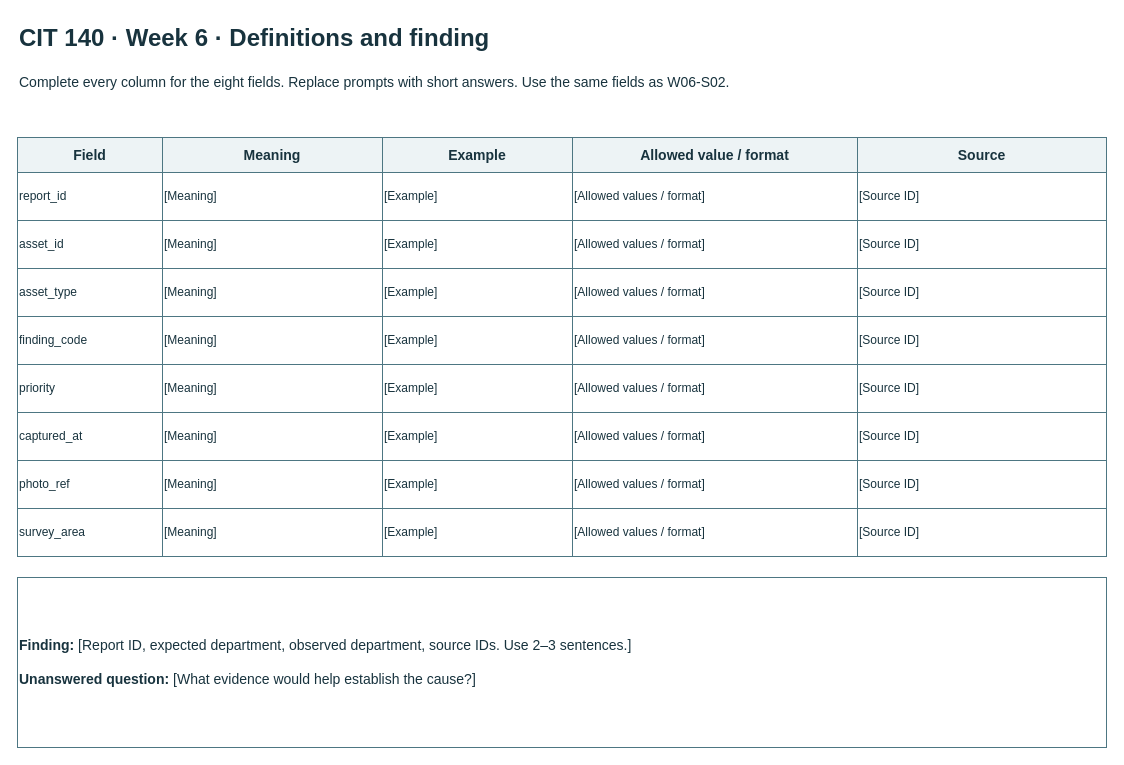
Earlier version of the draw.io diagram page "3 Definitions and finding" (3 of 3) of Week06/Artifact/Temple_Craig_CIT140_Week06.drawio (Acetamin1102/CIT140-Portfolio). Source tidied: cells renumbered, new cells numbered last; positions are measured from the earlier drawing's top-left corner, leaving out a move shared by most shapes. Both pictures are drawn from the tidied source at 100%, with x=0, y=0 at pixel (17, 17).
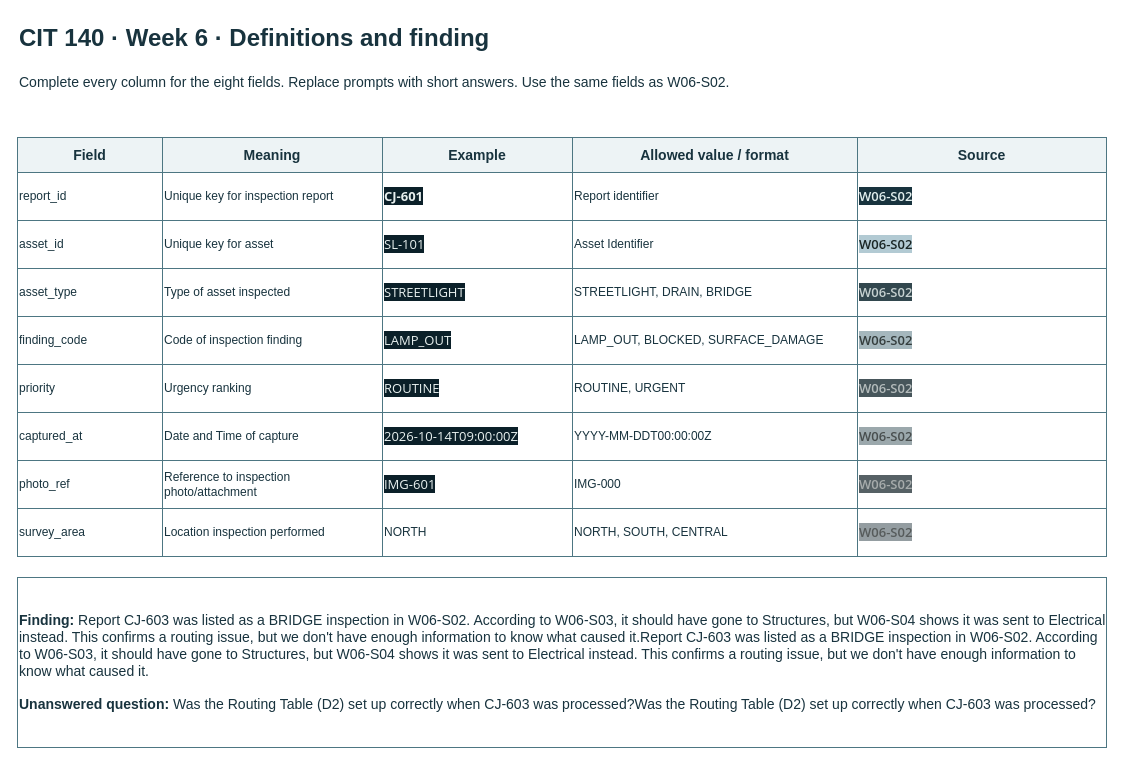
The same diagram, later.

Change to the diagram source:
```diff
@@
-    <mxCell id="10" value="[Meaning]" style="whiteSpace=wrap;html=1;fontFamily=Arial;fontSize=14;fontColor=#18333e;strokeColor=#4d7682;fillColor=#ffffff;align=left;fontSize=12;" parent="1" vertex="1">
+    <mxCell id="10" value="Unique key for inspection report" style="whiteSpace=wrap;html=1;fontFamily=Arial;fontSize=14;fontColor=#18333e;strokeColor=#4d7682;fillColor=#ffffff;align=left;fontSize=12;" parent="1" vertex="1">
       <mxGeometry x="145" y="155" width="220" height="48" as="geometry" />
     </mxCell>
-    <mxCell id="11" value="[Example]" style="whiteSpace=wrap;html=1;fontFamily=Arial;fontSize=14;fontColor=#18333e;strokeColor=#4d7682;fillColor=#ffffff;align=left;fontSize=12;" parent="1" vertex="1">
+    <mxCell id="11" value="&lt;span style=&quot;color: rgb(232, 240, 239); font-family: &amp;quot;Segoe UI&amp;quot;, Arial, sans-serif; font-size: 13px; font-weight: 700; white-space: nowrap; background-color: rgb(11, 32, 41);&quot;&gt;CJ-601&lt;/span&gt;" style="whiteSpace=wrap;html=1;fontFamily=Arial;fontSize=14;fontColor=#18333e;strokeColor=#4d7682;fillColor=#ffffff;align=left;fontSize=12;" parent="1" vertex="1">
       <mxGeometry x="365" y="155" width="190" height="48" as="geometry" />
     </mxCell>
-    <mxCell id="12" value="[Allowed values / format]" style="whiteSpace=wrap;html=1;fontFamily=Arial;fontSize=14;fontColor=#18333e;strokeColor=#4d7682;fillColor=#ffffff;align=left;fontSize=12;" parent="1" vertex="1">
+    <mxCell id="12" value="Report identifier" style="whiteSpace=wrap;html=1;fontFamily=Arial;fontSize=14;fontColor=#18333e;strokeColor=#4d7682;fillColor=#ffffff;align=left;fontSize=12;" parent="1" vertex="1">
       <mxGeometry x="555" y="155" width="285" height="48" as="geometry" />
     </mxCell>
-    <mxCell id="13" value="[Source ID]" style="whiteSpace=wrap;html=1;fontFamily=Arial;fontSize=14;fontColor=#18333e;strokeColor=#4d7682;fillColor=#ffffff;align=left;fontSize=12;" parent="1" vertex="1">
+    <mxCell id="13" value="&lt;span style=&quot;color: rgb(225, 238, 237); font-family: &amp;quot;Segoe UI&amp;quot;, Arial, sans-serif; font-size: 13px; font-weight: 600; background-color: rgb(24, 51, 62);&quot;&gt;W06-S02&lt;/span&gt;" style="whiteSpace=wrap;html=1;fontFamily=Arial;fontSize=14;fontColor=#18333e;strokeColor=#4d7682;fillColor=#ffffff;align=left;fontSize=12;" parent="1" vertex="1">
       <mxGeometry x="840" y="155" width="249" height="48" as="geometry" />
     </mxCell>
@@
-    <mxCell id="15" value="[Meaning]" style="whiteSpace=wrap;html=1;fontFamily=Arial;fontSize=14;fontColor=#18333e;strokeColor=#4d7682;fillColor=#ffffff;align=left;fontSize=12;" parent="1" vertex="1">
+    <mxCell id="15" value="Unique key for asset" style="whiteSpace=wrap;html=1;fontFamily=Arial;fontSize=14;fontColor=#18333e;strokeColor=#4d7682;fillColor=#ffffff;align=left;fontSize=12;" parent="1" vertex="1">
       <mxGeometry x="145" y="203" width="220" height="48" as="geometry" />
     </mxCell>
-    <mxCell id="16" value="[Example]" style="whiteSpace=wrap;html=1;fontFamily=Arial;fontSize=14;fontColor=#18333e;strokeColor=#4d7682;fillColor=#ffffff;align=left;fontSize=12;" parent="1" vertex="1">
+    <mxCell id="16" value="&lt;span style=&quot;color: rgb(232, 240, 239); font-family: &amp;quot;Segoe UI&amp;quot;, Arial, sans-serif; font-size: 13px; white-space: nowrap; background-color: rgb(11, 32, 41);&quot;&gt;SL-101&lt;/span&gt;" style="whiteSpace=wrap;html=1;fontFamily=Arial;fontSize=14;fontColor=#18333e;strokeColor=#4d7682;fillColor=#ffffff;align=left;fontSize=12;" parent="1" vertex="1">
       <mxGeometry x="365" y="203" width="190" height="48" as="geometry" />
     </mxCell>
-    <mxCell id="17" value="[Allowed values / format]" style="whiteSpace=wrap;html=1;fontFamily=Arial;fontSize=14;fontColor=#18333e;strokeColor=#4d7682;fillColor=#ffffff;align=left;fontSize=12;" parent="1" vertex="1">
+    <mxCell id="17" value="Asset Identifier" style="whiteSpace=wrap;html=1;fontFamily=Arial;fontSize=14;fontColor=#18333e;strokeColor=#4d7682;fillColor=#ffffff;align=left;fontSize=12;" parent="1" vertex="1">
       <mxGeometry x="555" y="203" width="285" height="48" as="geometry" />
     </mxCell>
-    <mxCell id="18" value="[Source ID]" style="whiteSpace=wrap;html=1;fontFamily=Arial;fontSize=14;fontColor=#18333e;strokeColor=#4d7682;fillColor=#ffffff;align=left;fontSize=12;" parent="1" vertex="1">
+    <mxCell id="18" value="&lt;span style=&quot;color: rgb(25, 37, 36); font-family: &amp;quot;Segoe UI&amp;quot;, Arial, sans-serif; font-size: 13px; font-weight: 600; background-color: rgb(178, 202, 211);&quot;&gt;W06-S02&lt;/span&gt;" style="whiteSpace=wrap;html=1;fontFamily=Arial;fontSize=14;fontColor=#18333e;strokeColor=#4d7682;fillColor=#ffffff;align=left;fontSize=12;" parent="1" vertex="1">
       <mxGeometry x="840" y="203" width="249" height="48" as="geometry" />
     </mxCell>
@@
-    <mxCell id="20" value="[Meaning]" style="whiteSpace=wrap;html=1;fontFamily=Arial;fontSize=14;fontColor=#18333e;strokeColor=#4d7682;fillColor=#ffffff;align=left;fontSize=12;" parent="1" vertex="1">
+    <mxCell id="20" value="Type of asset inspected" style="whiteSpace=wrap;html=1;fontFamily=Arial;fontSize=14;fontColor=#18333e;strokeColor=#4d7682;fillColor=#ffffff;align=left;fontSize=12;" parent="1" vertex="1">
       <mxGeometry x="145" y="251" width="220" height="48" as="geometry" />
     </mxCell>
-    <mxCell id="21" value="[Example]" style="whiteSpace=wrap;html=1;fontFamily=Arial;fontSize=14;fontColor=#18333e;strokeColor=#4d7682;fillColor=#ffffff;align=left;fontSize=12;" parent="1" vertex="1">
+    <mxCell id="21" value="&lt;span style=&quot;color: rgb(232, 240, 239); font-family: &amp;quot;Segoe UI&amp;quot;, Arial, sans-serif; font-size: 13px; white-space: nowrap; background-color: rgb(11, 32, 41);&quot;&gt;STREETLIGHT&lt;/span&gt;" style="whiteSpace=wrap;html=1;fontFamily=Arial;fontSize=14;fontColor=#18333e;strokeColor=#4d7682;fillColor=#ffffff;align=left;fontSize=12;" parent="1" vertex="1">
       <mxGeometry x="365" y="251" width="190" height="48" as="geometry" />
     </mxCell>
-    <mxCell id="22" value="[Allowed values / format]" style="whiteSpace=wrap;html=1;fontFamily=Arial;fontSize=14;fontColor=#18333e;strokeColor=#4d7682;fillColor=#ffffff;align=left;fontSize=12;" parent="1" vertex="1">
+    <mxCell id="22" value="STREETLIGHT, DRAIN, BRIDGE" style="whiteSpace=wrap;html=1;fontFamily=Arial;fontSize=14;fontColor=#18333e;strokeColor=#4d7682;fillColor=#ffffff;align=left;fontSize=12;" parent="1" vertex="1">
       <mxGeometry x="555" y="251" width="285" height="48" as="geometry" />
     </mxCell>
-    <mxCell id="23" value="[Source ID]" style="whiteSpace=wrap;html=1;fontFamily=Arial;fontSize=14;fontColor=#18333e;strokeColor=#4d7682;fillColor=#ffffff;align=left;fontSize=12;" parent="1" vertex="1">
+    <mxCell id="23" value="&lt;span style=&quot;color: rgb(199, 210, 209); font-family: &amp;quot;Segoe UI&amp;quot;, Arial, sans-serif; font-size: 13px; font-weight: 600; background-color: rgb(50, 71, 78);&quot;&gt;W06-S02&lt;/span&gt;" style="whiteSpace=wrap;html=1;fontFamily=Arial;fontSize=14;fontColor=#18333e;strokeColor=#4d7682;fillColor=#ffffff;align=left;fontSize=12;" parent="1" vertex="1">
       <mxGeometry x="840" y="251" width="249" height="48" as="geometry" />
     </mxCell>
@@
-    <mxCell id="25" value="[Meaning]" style="whiteSpace=wrap;html=1;fontFamily=Arial;fontSize=14;fontColor=#18333e;strokeColor=#4d7682;fillColor=#ffffff;align=left;fontSize=12;" parent="1" vertex="1">
+    <mxCell id="25" value="Code of inspection finding" style="whiteSpace=wrap;html=1;fontFamily=Arial;fontSize=14;fontColor=#18333e;strokeColor=#4d7682;fillColor=#ffffff;align=left;fontSize=12;" parent="1" vertex="1">
       <mxGeometry x="145" y="299" width="220" height="48" as="geometry" />
     </mxCell>
-    <mxCell id="26" value="[Example]" style="whiteSpace=wrap;html=1;fontFamily=Arial;fontSize=14;fontColor=#18333e;strokeColor=#4d7682;fillColor=#ffffff;align=left;fontSize=12;" parent="1" vertex="1">
+    <mxCell id="26" value="&lt;span style=&quot;color: rgb(232, 240, 239); font-family: &amp;quot;Segoe UI&amp;quot;, Arial, sans-serif; font-size: 13px; white-space: nowrap; background-color: rgb(11, 32, 41);&quot;&gt;LAMP_OUT&lt;/span&gt;" style="whiteSpace=wrap;html=1;fontFamily=Arial;fontSize=14;fontColor=#18333e;strokeColor=#4d7682;fillColor=#ffffff;align=left;fontSize=12;" parent="1" vertex="1">
       <mxGeometry x="365" y="299" width="190" height="48" as="geometry" />
     </mxCell>
-    <mxCell id="27" value="[Allowed values / format]" style="whiteSpace=wrap;html=1;fontFamily=Arial;fontSize=14;fontColor=#18333e;strokeColor=#4d7682;fillColor=#ffffff;align=left;fontSize=12;" parent="1" vertex="1">
+    <mxCell id="27" value="LAMP_OUT, BLOCKED, SURFACE_DAMAGE" style="whiteSpace=wrap;html=1;fontFamily=Arial;fontSize=14;fontColor=#18333e;strokeColor=#4d7682;fillColor=#ffffff;align=left;fontSize=12;" parent="1" vertex="1">
       <mxGeometry x="555" y="299" width="285" height="48" as="geometry" />
     </mxCell>
-    <mxCell id="28" value="[Source ID]" style="whiteSpace=wrap;html=1;fontFamily=Arial;fontSize=14;fontColor=#18333e;strokeColor=#4d7682;fillColor=#ffffff;align=left;fontSize=12;" parent="1" vertex="1">
+    <mxCell id="28" value="&lt;span style=&quot;color: rgb(52, 61, 61); font-family: &amp;quot;Segoe UI&amp;quot;, Arial, sans-serif; font-size: 13px; font-weight: 600; background-color: rgb(165, 183, 189);&quot;&gt;W06-S02&lt;/span&gt;" style="whiteSpace=wrap;html=1;fontFamily=Arial;fontSize=14;fontColor=#18333e;strokeColor=#4d7682;fillColor=#ffffff;align=left;fontSize=12;" parent="1" vertex="1">
       <mxGeometry x="840" y="299" width="249" height="48" as="geometry" />
     </mxCell>
@@
-    <mxCell id="30" value="[Meaning]" style="whiteSpace=wrap;html=1;fontFamily=Arial;fontSize=14;fontColor=#18333e;strokeColor=#4d7682;fillColor=#ffffff;align=left;fontSize=12;" parent="1" vertex="1">
+    <mxCell id="30" value="Urgency ranking" style="whiteSpace=wrap;html=1;fontFamily=Arial;fontSize=14;fontColor=#18333e;strokeColor=#4d7682;fillColor=#ffffff;align=left;fontSize=12;" parent="1" vertex="1">
       <mxGeometry x="145" y="347" width="220" height="48" as="geometry" />
     </mxCell>
-    <mxCell id="31" value="[Example]" style="whiteSpace=wrap;html=1;fontFamily=Arial;fontSize=14;fontColor=#18333e;strokeColor=#4d7682;fillColor=#ffffff;align=left;fontSize=12;" parent="1" vertex="1">
+    <mxCell id="31" value="&lt;span style=&quot;color: rgb(232, 240, 239); font-family: &amp;quot;Segoe UI&amp;quot;, Arial, sans-serif; font-size: 13px; white-space: nowrap; background-color: rgb(11, 32, 41);&quot;&gt;ROUTINE&lt;/span&gt;" style="whiteSpace=wrap;html=1;fontFamily=Arial;fontSize=14;fontColor=#18333e;strokeColor=#4d7682;fillColor=#ffffff;align=left;fontSize=12;" parent="1" vertex="1">
       <mxGeometry x="365" y="347" width="190" height="48" as="geometry" />
     </mxCell>
-    <mxCell id="32" value="[Allowed values / format]" style="whiteSpace=wrap;html=1;fontFamily=Arial;fontSize=14;fontColor=#18333e;strokeColor=#4d7682;fillColor=#ffffff;align=left;fontSize=12;" parent="1" vertex="1">
+    <mxCell id="32" value="ROUTINE, URGENT" style="whiteSpace=wrap;html=1;fontFamily=Arial;fontSize=14;fontColor=#18333e;strokeColor=#4d7682;fillColor=#ffffff;align=left;fontSize=12;" parent="1" vertex="1">
       <mxGeometry x="555" y="347" width="285" height="48" as="geometry" />
     </mxCell>
-    <mxCell id="33" value="[Source ID]" style="whiteSpace=wrap;html=1;fontFamily=Arial;fontSize=14;fontColor=#18333e;strokeColor=#4d7682;fillColor=#ffffff;align=left;fontSize=12;" parent="1" vertex="1">
+    <mxCell id="33" value="&lt;span style=&quot;color: rgb(181, 188, 188); font-family: &amp;quot;Segoe UI&amp;quot;, Arial, sans-serif; font-size: 13px; font-weight: 600; background-color: rgb(71, 86, 91);&quot;&gt;W06-S02&lt;/span&gt;" style="whiteSpace=wrap;html=1;fontFamily=Arial;fontSize=14;fontColor=#18333e;strokeColor=#4d7682;fillColor=#ffffff;align=left;fontSize=12;" parent="1" vertex="1">
       <mxGeometry x="840" y="347" width="249" height="48" as="geometry" />
     </mxCell>
@@
-    <mxCell id="35" value="[Meaning]" style="whiteSpace=wrap;html=1;fontFamily=Arial;fontSize=14;fontColor=#18333e;strokeColor=#4d7682;fillColor=#ffffff;align=left;fontSize=12;" parent="1" vertex="1">
+    <mxCell id="35" value="Date and Time of capture" style="whiteSpace=wrap;html=1;fontFamily=Arial;fontSize=14;fontColor=#18333e;strokeColor=#4d7682;fillColor=#ffffff;align=left;fontSize=12;" parent="1" vertex="1">
       <mxGeometry x="145" y="395" width="220" height="48" as="geometry" />
     </mxCell>
-    <mxCell id="36" value="[Example]" style="whiteSpace=wrap;html=1;fontFamily=Arial;fontSize=14;fontColor=#18333e;strokeColor=#4d7682;fillColor=#ffffff;align=left;fontSize=12;" parent="1" vertex="1">
+    <mxCell id="36" value="&lt;span style=&quot;color: rgb(232, 240, 239); font-family: &amp;quot;Segoe UI&amp;quot;, Arial, sans-serif; font-size: 13px; white-space: nowrap; background-color: rgb(11, 32, 41);&quot;&gt;2026-10-14T09:00:00Z&lt;/span&gt;" style="whiteSpace=wrap;html=1;fontFamily=Arial;fontSize=14;fontColor=#18333e;strokeColor=#4d7682;fillColor=#ffffff;align=left;fontSize=12;" parent="1" vertex="1">
       <mxGeometry x="365" y="395" width="190" height="48" as="geometry" />
     </mxCell>
-    <mxCell id="37" value="[Allowed values / format]" style="whiteSpace=wrap;html=1;fontFamily=Arial;fontSize=14;fontColor=#18333e;strokeColor=#4d7682;fillColor=#ffffff;align=left;fontSize=12;" parent="1" vertex="1">
+    <mxCell id="37" value="YYYY-MM-DDT00:00:00Z" style="whiteSpace=wrap;html=1;fontFamily=Arial;fontSize=14;fontColor=#18333e;strokeColor=#4d7682;fillColor=#ffffff;align=left;fontSize=12;" parent="1" vertex="1">
       <mxGeometry x="555" y="395" width="285" height="48" as="geometry" />
     </mxCell>
-    <mxCell id="38" value="[Source ID]" style="whiteSpace=wrap;html=1;fontFamily=Arial;fontSize=14;fontColor=#18333e;strokeColor=#4d7682;fillColor=#ffffff;align=left;fontSize=12;" parent="1" vertex="1">
+    <mxCell id="38" value="&lt;span style=&quot;color: rgb(72, 78, 78); font-family: &amp;quot;Segoe UI&amp;quot;, Arial, sans-serif; font-size: 13px; font-weight: 600; background-color: rgb(155, 168, 172);&quot;&gt;W06-S02&lt;/span&gt;" style="whiteSpace=wrap;html=1;fontFamily=Arial;fontSize=14;fontColor=#18333e;strokeColor=#4d7682;fillColor=#ffffff;align=left;fontSize=12;" parent="1" vertex="1">
       <mxGeometry x="840" y="395" width="249" height="48" as="geometry" />
     </mxCell>
@@
-    <mxCell id="40" value="[Meaning]" style="whiteSpace=wrap;html=1;fontFamily=Arial;fontSize=14;fontColor=#18333e;strokeColor=#4d7682;fillColor=#ffffff;align=left;fontSize=12;" parent="1" vertex="1">
+    <mxCell id="40" value="Reference to inspection photo/attachment" style="whiteSpace=wrap;html=1;fontFamily=Arial;fontSize=14;fontColor=#18333e;strokeColor=#4d7682;fillColor=#ffffff;align=left;fontSize=12;" parent="1" vertex="1">
       <mxGeometry x="145" y="443" width="220" height="48" as="geometry" />
     </mxCell>
-    <mxCell id="41" value="[Example]" style="whiteSpace=wrap;html=1;fontFamily=Arial;fontSize=14;fontColor=#18333e;strokeColor=#4d7682;fillColor=#ffffff;align=left;fontSize=12;" parent="1" vertex="1">
+    <mxCell id="41" value="&lt;span style=&quot;color: rgb(232, 240, 239); font-family: &amp;quot;Segoe UI&amp;quot;, Arial, sans-serif; font-size: 13px; white-space: nowrap; background-color: rgb(11, 32, 41);&quot;&gt;IMG-601&lt;/span&gt;" style="whiteSpace=wrap;html=1;fontFamily=Arial;fontSize=14;fontColor=#18333e;strokeColor=#4d7682;fillColor=#ffffff;align=left;fontSize=12;" parent="1" vertex="1">
       <mxGeometry x="365" y="443" width="190" height="48" as="geometry" />
     </mxCell>
-    <mxCell id="42" value="[Allowed values / format]" style="whiteSpace=wrap;html=1;fontFamily=Arial;fontSize=14;fontColor=#18333e;strokeColor=#4d7682;fillColor=#ffffff;align=left;fontSize=12;" parent="1" vertex="1">
+    <mxCell id="42" value="IMG-000" style="whiteSpace=wrap;html=1;fontFamily=Arial;fontSize=14;fontColor=#18333e;strokeColor=#4d7682;fillColor=#ffffff;align=left;fontSize=12;" parent="1" vertex="1">
       <mxGeometry x="555" y="443" width="285" height="48" as="geometry" />
     </mxCell>
-    <mxCell id="43" value="[Source ID]" style="whiteSpace=wrap;html=1;fontFamily=Arial;fontSize=14;fontColor=#18333e;strokeColor=#4d7682;fillColor=#ffffff;align=left;fontSize=12;" parent="1" vertex="1">
+    <mxCell id="43" value="&lt;span style=&quot;color: rgb(167, 172, 172); font-family: &amp;quot;Segoe UI&amp;quot;, Arial, sans-serif; font-size: 13px; font-weight: 600; background-color: rgb(86, 97, 101);&quot;&gt;W06-S02&lt;/span&gt;" style="whiteSpace=wrap;html=1;fontFamily=Arial;fontSize=14;fontColor=#18333e;strokeColor=#4d7682;fillColor=#ffffff;align=left;fontSize=12;" parent="1" vertex="1">
       <mxGeometry x="840" y="443" width="249" height="48" as="geometry" />
     </mxCell>
@@
-    <mxCell id="45" value="[Meaning]" style="whiteSpace=wrap;html=1;fontFamily=Arial;fontSize=14;fontColor=#18333e;strokeColor=#4d7682;fillColor=#ffffff;align=left;fontSize=12;" parent="1" vertex="1">
+    <mxCell id="45" value="Location inspection performed" style="whiteSpace=wrap;html=1;fontFamily=Arial;fontSize=14;fontColor=#18333e;strokeColor=#4d7682;fillColor=#ffffff;align=left;fontSize=12;" parent="1" vertex="1">
       <mxGeometry x="145" y="491" width="220" height="48" as="geometry" />
     </mxCell>
-    <mxCell id="46" value="[Example]" style="whiteSpace=wrap;html=1;fontFamily=Arial;fontSize=14;fontColor=#18333e;strokeColor=#4d7682;fillColor=#ffffff;align=left;fontSize=12;" parent="1" vertex="1">
+    <mxCell id="46" value="NORTH" style="whiteSpace=wrap;html=1;fontFamily=Arial;fontSize=14;fontColor=#18333e;strokeColor=#4d7682;fillColor=#ffffff;align=left;fontSize=12;" parent="1" vertex="1">
       <mxGeometry x="365" y="491" width="190" height="48" as="geometry" />
     </mxCell>
-    <mxCell id="47" value="[Allowed values / format]" style="whiteSpace=wrap;html=1;fontFamily=Arial;fontSize=14;fontColor=#18333e;strokeColor=#4d7682;fillColor=#ffffff;align=left;fontSize=12;" parent="1" vertex="1">
+    <mxCell id="47" value="NORTH, SOUTH, CENTRAL" style="whiteSpace=wrap;html=1;fontFamily=Arial;fontSize=14;fontColor=#18333e;strokeColor=#4d7682;fillColor=#ffffff;align=left;fontSize=12;" parent="1" vertex="1">
       <mxGeometry x="555" y="491" width="285" height="48" as="geometry" />
     </mxCell>
-    <mxCell id="48" value="[Source ID]" style="whiteSpace=wrap;html=1;fontFamily=Arial;fontSize=14;fontColor=#18333e;strokeColor=#4d7682;fillColor=#ffffff;align=left;fontSize=12;" parent="1" vertex="1">
+    <mxCell id="48" value="&lt;span style=&quot;color: rgb(86, 91, 91); font-family: &amp;quot;Segoe UI&amp;quot;, Arial, sans-serif; font-size: 13px; font-weight: 600; background-color: rgb(148, 157, 161);&quot;&gt;W06-S02&lt;/span&gt;" style="whiteSpace=wrap;html=1;fontFamily=Arial;fontSize=14;fontColor=#18333e;strokeColor=#4d7682;fillColor=#ffffff;align=left;fontSize=12;" parent="1" vertex="1">
       <mxGeometry x="840" y="491" width="249" height="48" as="geometry" />
     </mxCell>
-    <mxCell id="49" value="&lt;b&gt;Finding:&lt;/b&gt; [Report ID, expected department, observed department, source IDs. Use 2–3 sentences.]&lt;br&gt;&lt;br&gt;&lt;b&gt;Unanswered question:&lt;/b&gt; [What evidence would help establish the cause?]" style="whiteSpace=wrap;html=1;fontFamily=Arial;fontSize=14;fontColor=#18333e;strokeColor=#4d7682;fillColor=#ffffff;align=left;" parent="1" vertex="1">
+    <mxCell id="49" value="&lt;b&gt;Finding:&lt;/b&gt;&amp;nbsp;Report CJ-603 was listed as a BRIDGE inspection in W06-S02. According to W06-S03, it should have gone to Structures, but W06-S04 shows it was sent to Electrical instead. This confirms a routing issue, but we don't have enough information to know what caused it.Report CJ-603 was listed as a BRIDGE inspection in W06-S02. According to W06-S03, it should have gone to Structures, but W06-S04 shows it was sent to Electrical instead. This confirms a routing issue, but we don't have enough information to know what caused it.&lt;br&gt;&lt;br&gt;&lt;b&gt;Unanswered question:&lt;/b&gt;&amp;nbsp;Was the Routing Table (D2) set up correctly when CJ-603 was processed?Was the Routing Table (D2) set up correctly when CJ-603 was processed?" style="whiteSpace=wrap;html=1;fontFamily=Arial;fontSize=14;fontColor=#18333e;strokeColor=#4d7682;fillColor=#ffffff;align=left;" parent="1" vertex="1">
       <mxGeometry y="560" width="1089" height="170" as="geometry" />
     </mxCell>
```
